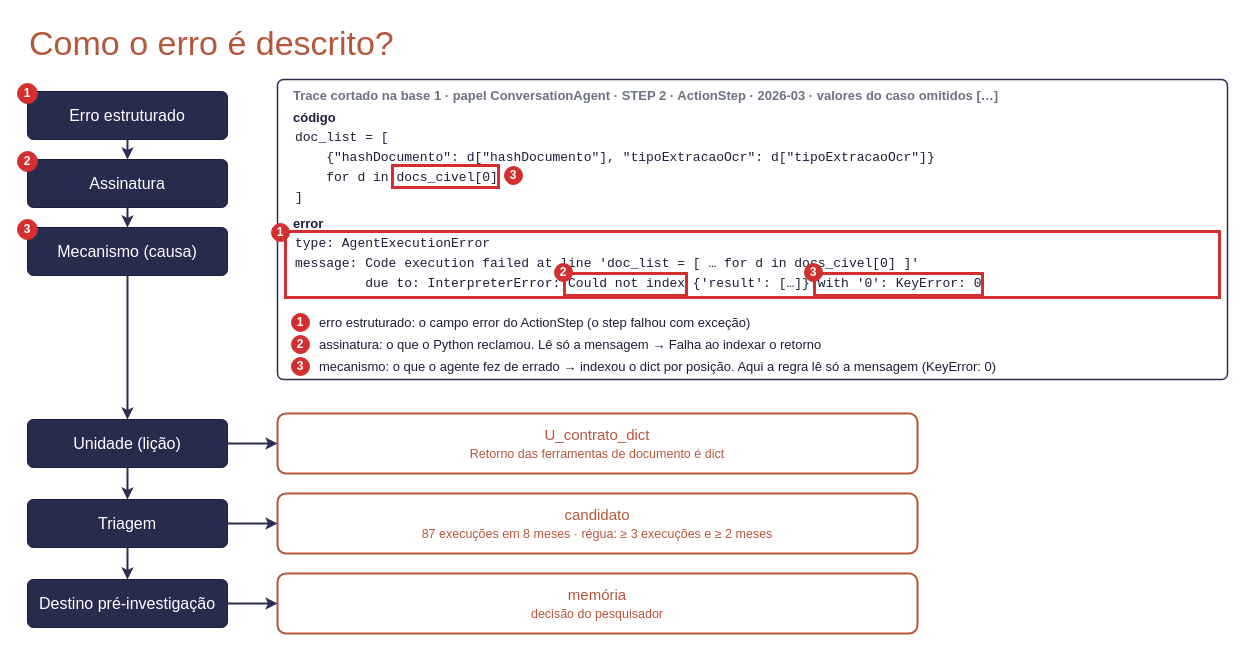
This is docs/sources/draw.io/como_erro_eh_descrito.drawio from rc-ventura/memory_layer_ai_agents, a draw.io file, before an edit. Source tidied: cells renumbered, new cells numbered last; positions are measured from the earlier drawing's top-left corner, leaving out a move shared by most shapes. Both pictures are drawn from the tidied source at 100%, with x=0, y=0 at pixel (17, 17).
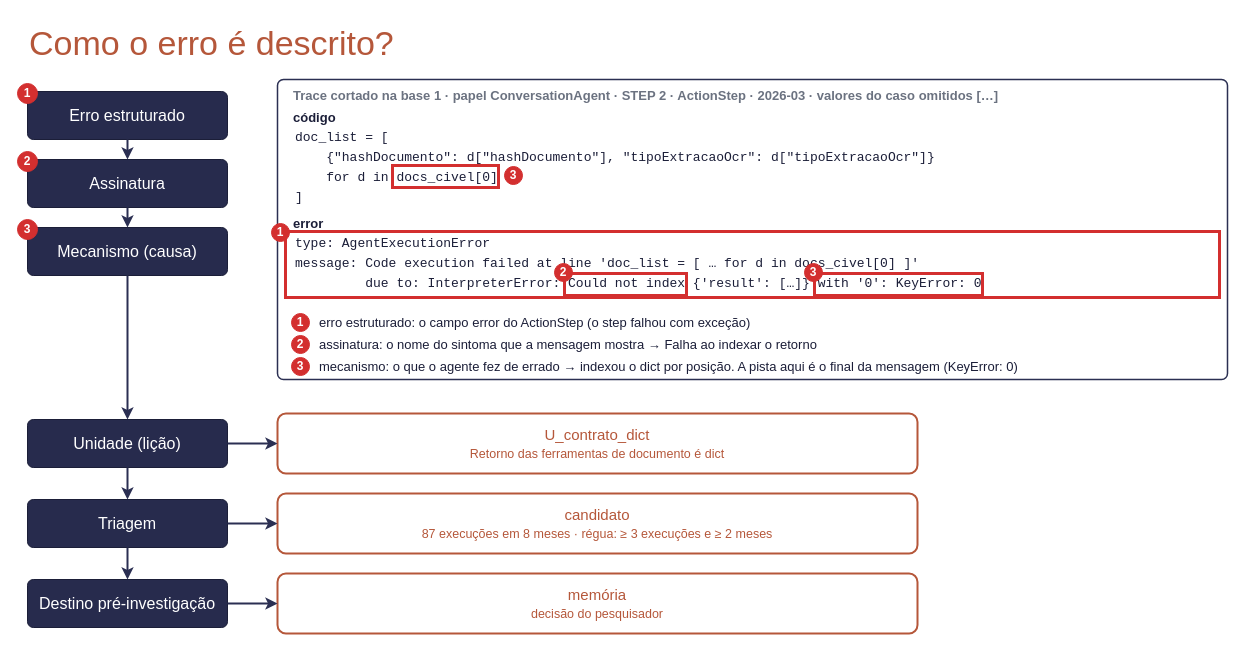
The same page after the edit.

Change to the diagram source:
```diff
@@
-    <mxCell id="25" value="assinatura: o que o Python reclamou. Lê só a mensagem → Falha ao indexar o retorno" style="text;html=1;align=left;verticalAlign=middle;whiteSpace=nowrap;fontSize=13;fontColor=#1B1E38;" parent="1" vertex="1">
+    <mxCell id="25" value="assinatura: o nome do sintoma que a mensagem mostra → Falha ao indexar o retorno" style="text;html=1;align=left;verticalAlign=middle;whiteSpace=nowrap;fontSize=13;fontColor=#1B1E38;" parent="1" vertex="1">
       <mxGeometry x="300" y="316" width="900" height="22" as="geometry" />
     </mxCell>
@@
-    <mxCell id="27" value="mecanismo: o que o agente fez de errado → indexou o dict por posição. Aqui a regra lê só a mensagem (KeyError: 0)" style="text;html=1;align=left;verticalAlign=middle;whiteSpace=nowrap;fontSize=13;fontColor=#1B1E38;" parent="1" vertex="1">
+    <mxCell id="27" value="mecanismo: o que o agente fez de errado → indexou o dict por posição. A pista aqui é o final da mensagem (KeyError: 0)" style="text;html=1;align=left;verticalAlign=middle;whiteSpace=nowrap;fontSize=13;fontColor=#1B1E38;" parent="1" vertex="1">
       <mxGeometry x="300" y="338" width="900" height="22" as="geometry" />
     </mxCell>
```
